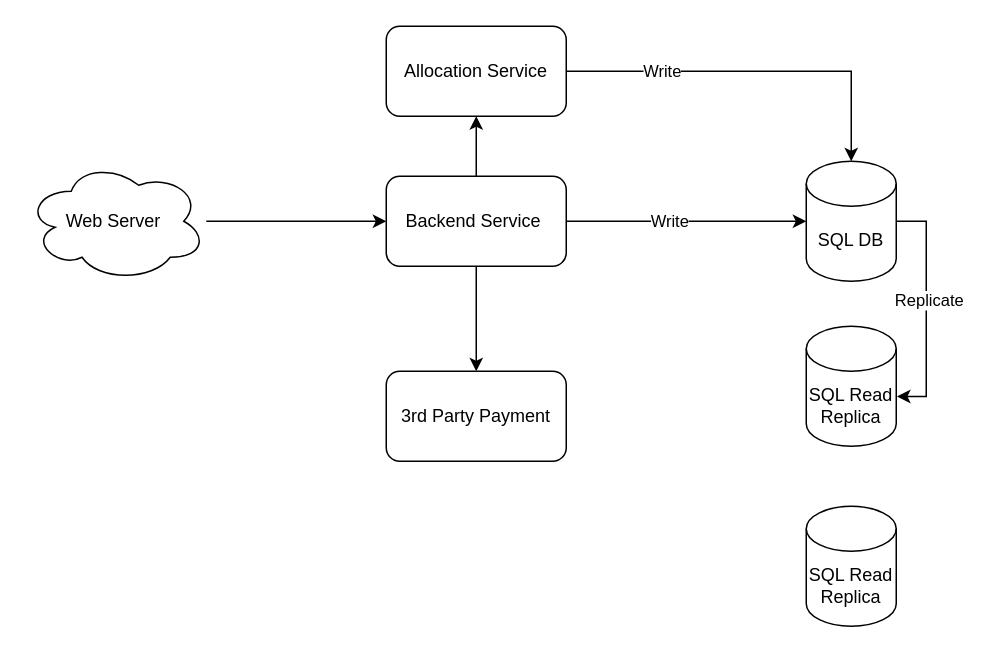
The draw.io diagram Untitled Diagram.drawio in RamNull/System_Design, before the edit. Source tidied: cells renumbered, new cells numbered last; positions are measured from the earlier drawing's top-left corner, leaving out a move shared by most shapes. Both pictures are drawn from the tidied source at 150%, with x=0, y=0 at pixel (26, 26).
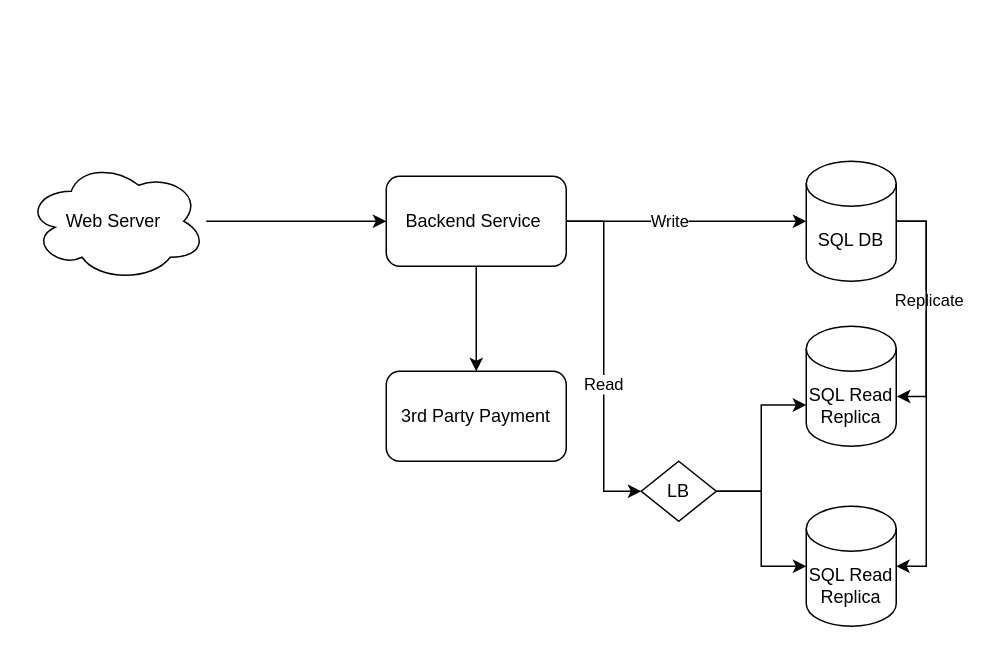
The same diagram, later.

The change refers to these unchanged cells:
```xml
<mxCell id="8" value="Backend Service&amp;nbsp;" style="rounded=1;whiteSpace=wrap;html=1;" parent="1" vertex="1">
  <mxGeometry x="240" y="100" width="120" height="60" as="geometry" />
</mxCell>
<mxCell id="11" value="SQL DB" style="shape=cylinder3;whiteSpace=wrap;html=1;boundedLbl=1;backgroundOutline=1;size=15;" parent="1" vertex="1">
  <mxGeometry x="520" y="90" width="60" height="80" as="geometry" />
</mxCell>
<mxCell id="16" value="SQL Read Replica" style="shape=cylinder3;whiteSpace=wrap;html=1;boundedLbl=1;backgroundOutline=1;size=15;" parent="1" vertex="1">
  <mxGeometry x="520" y="200" width="60" height="80" as="geometry" />
</mxCell>
<mxCell id="17" value="SQL Read Replica" style="shape=cylinder3;whiteSpace=wrap;html=1;boundedLbl=1;backgroundOutline=1;size=15;" parent="1" vertex="1">
  <mxGeometry x="520" y="320" width="60" height="80" as="geometry" />
</mxCell>
```

Diff of the diagram source:
```diff
@@
-    <mxCell id="7" style="edgeStyle=orthogonalEdgeStyle;rounded=0;jettySize=auto;html=1;" parent="1" edge="1" source="8" target="15">
-      <mxGeometry relative="1" as="geometry" />
-    </mxCell>
+    <mxCell id="18" style="edgeStyle=orthogonalEdgeStyle;rounded=0;jettySize=auto;html=1;entryX=0;entryY=0.5;entryDx=0;entryDy=0;" parent="1" edge="1" source="8" target="23">
+      <mxGeometry relative="1" as="geometry" />
+    </mxCell>
+    <mxCell id="19" value="Read" style="edgeLabel;html=1;align=center;verticalAlign=middle;" parent="18" vertex="1">
+      <mxGeometry x="0.16" y="-1" relative="1" as="geometry" />
+    </mxCell>
@@
+    <mxCell id="20" style="edgeStyle=orthogonalEdgeStyle;rounded=0;jettySize=auto;html=1;entryX=1;entryY=0.5;entryDx=0;entryDy=0;entryPerimeter=0;" parent="1" edge="1" source="11" target="17">
+      <mxGeometry relative="1" as="geometry">
+        <Array as="points">
+          <mxPoint x="600" y="130" />
+          <mxPoint x="600" y="360" />
+        </Array>
+      </mxGeometry>
+    </mxCell>
@@
-    <mxCell id="13" style="edgeStyle=orthogonalEdgeStyle;rounded=0;jettySize=auto;html=1;" parent="1" edge="1" source="15" target="11">
-      <mxGeometry relative="1" as="geometry" />
-    </mxCell>
-    <mxCell id="14" value="Write" style="edgeLabel;html=1;align=center;verticalAlign=middle;" parent="13" vertex="1">
-      <mxGeometry x="-0.5" y="1" relative="1" as="geometry" />
-    </mxCell>
-    <mxCell id="15" value="Allocation Service" style="rounded=1;whiteSpace=wrap;html=1;" parent="1" vertex="1">
-      <mxGeometry x="240" width="120" height="60" as="geometry" />
-    </mxCell>
@@
+    <mxCell id="21" style="edgeStyle=orthogonalEdgeStyle;rounded=0;jettySize=auto;html=1;entryX=0;entryY=0;entryDx=0;entryDy=52.5;entryPerimeter=0;" parent="1" edge="1" source="23" target="16">
+      <mxGeometry relative="1" as="geometry" />
+    </mxCell>
+    <mxCell id="22" style="edgeStyle=orthogonalEdgeStyle;rounded=0;jettySize=auto;html=1;" parent="1" edge="1" source="23" target="17">
+      <mxGeometry relative="1" as="geometry" />
+    </mxCell>
+    <mxCell id="23" value="LB" style="rhombus;whiteSpace=wrap;html=1;" parent="1" vertex="1">
+      <mxGeometry x="410" y="290" width="50" height="40" as="geometry" />
+    </mxCell>
```
